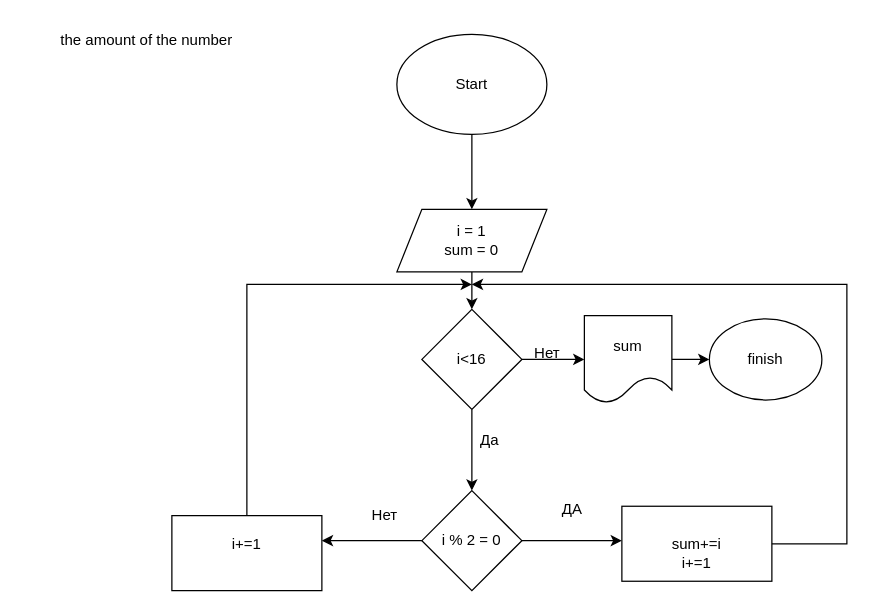
This is page "Exe5:the amount of the numbers" (5 of 7) of Диаграмма без названия.drawio from Dioneer/Flowcharts, a draw.io file, before an edit. Source tidied: cells renumbered, new cells numbered last; positions are measured from the earlier drawing's top-left corner, leaving out a move shared by most shapes. Both pictures are drawn from the tidied source at 125%, with x=0, y=0 at pixel (21, 21).
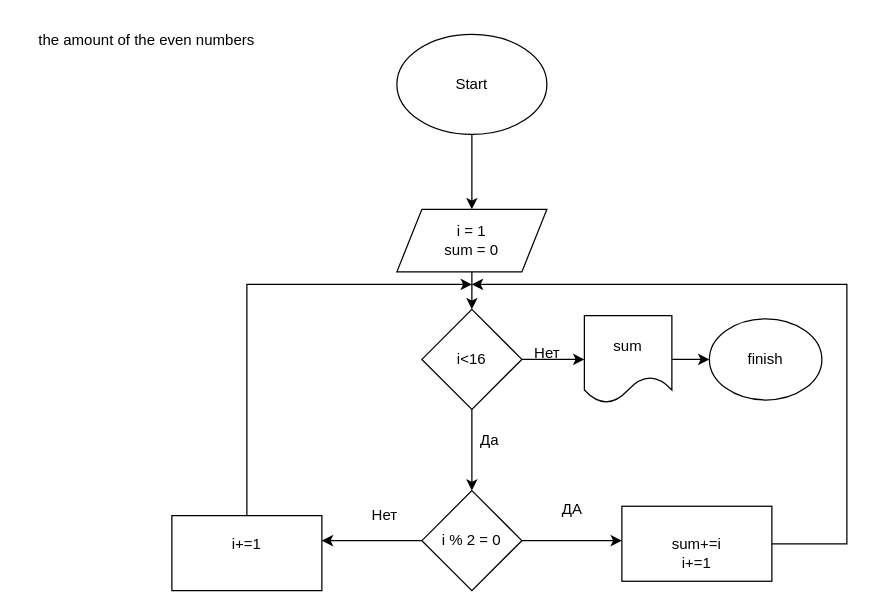
The same page after the edit.

Diff of the diagram source:
```diff
@@
-    <mxCell id="20" value="the amount of the number" style="text;html=1;strokeColor=none;fillColor=none;align=center;verticalAlign=middle;whiteSpace=wrap;rounded=0;" parent="1" vertex="1">
+    <mxCell id="20" value="the amount of the even numbers" style="text;html=1;strokeColor=none;fillColor=none;align=center;verticalAlign=middle;whiteSpace=wrap;rounded=0;" parent="1" vertex="1">
       <mxGeometry width="200" height="30" as="geometry" />
     </mxCell>
```
